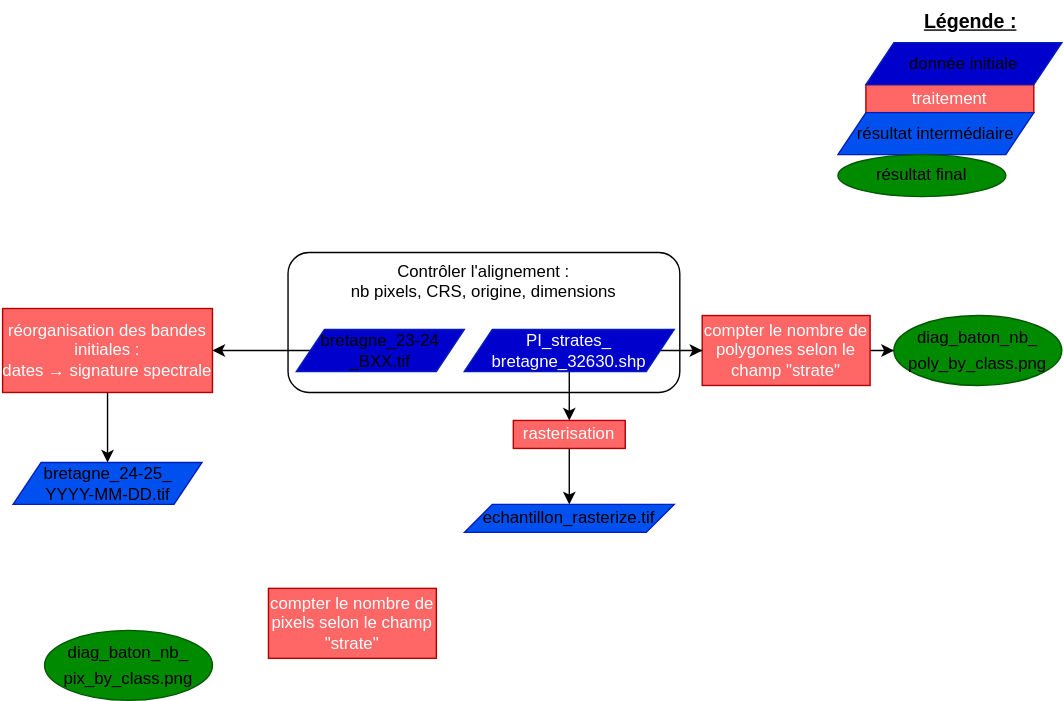
Above: img/diagramme_de_flux.svg in VT-94/projet_telea_THORIN_VINCENT (draw.io), before the change. Source tidied: cells renumbered, new cells last; positions are measured from the earlier drawing's top-left corner, leaving out a move shared by most shapes.
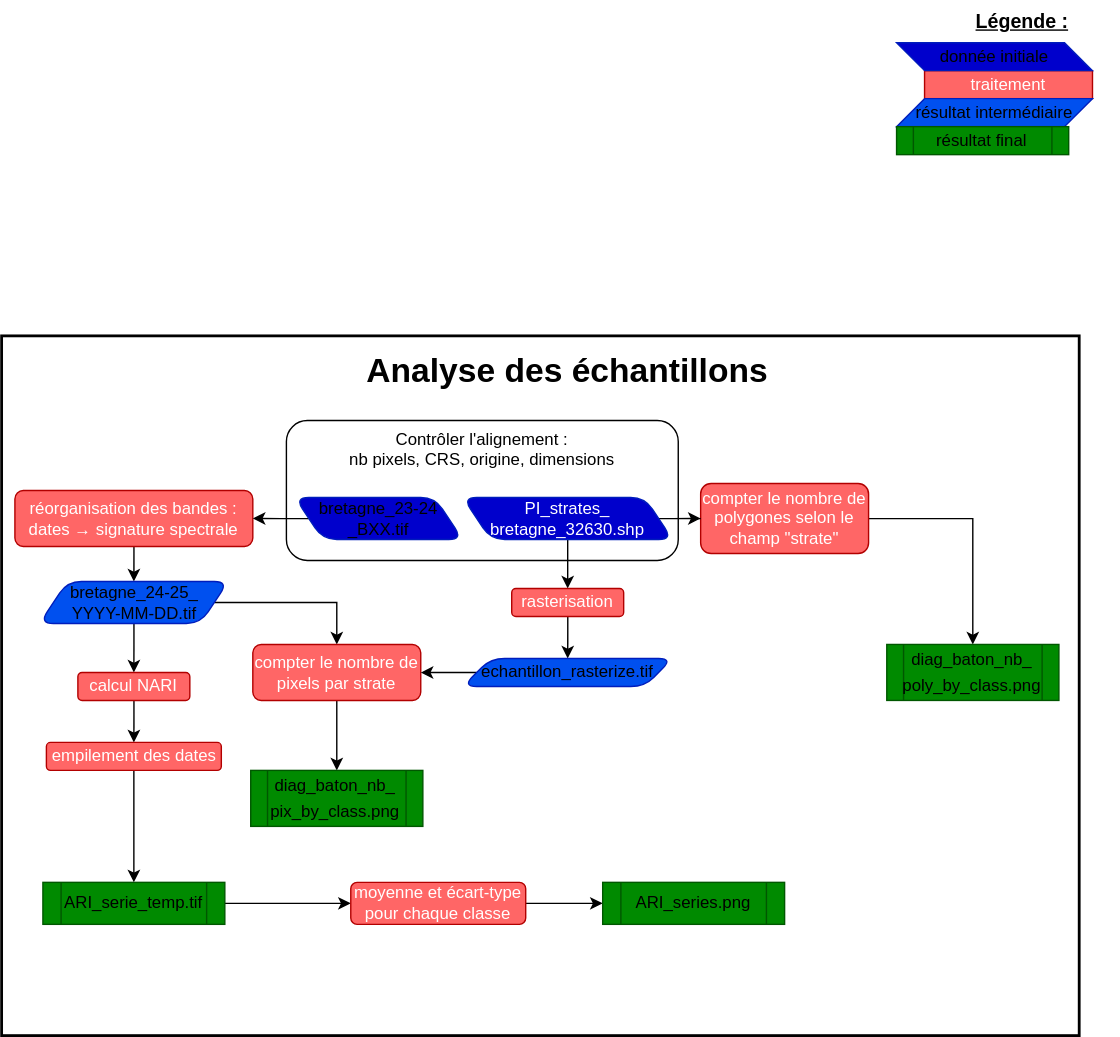
The same file after the commit.

Commit message:
màj diagramme de flux

The edit, as a diff of the source:
```diff
@@ -2,74 +2,119 @@
   <root>
     <mxCell id="0" />
     <mxCell id="1" parent="0" />
+    <mxCell id="25" style="rounded=0;whiteSpace=wrap;html=1;fillColor=none;strokeWidth=2;" parent="1" vertex="1">
+      <mxGeometry x="-42" y="420" width="770" height="500" as="geometry" />
+    </mxCell>
     <mxCell id="2" value="Contrôler l'alignement :&lt;div&gt;nb pixels, CRS, origine, dimensions&lt;/div&gt;" style="rounded=1;whiteSpace=wrap;html=1;fillColor=none;verticalAlign=top;fontSize=12;labelBorderColor=none;strokeColor=light-dark(#000000,#FF0000);" parent="1" vertex="1">
-      <mxGeometry x="204" y="180" width="280" height="100" as="geometry" />
+      <mxGeometry x="161" y="480" width="280" height="100" as="geometry" />
     </mxCell>
-    <mxCell id="3" style="edgeStyle=orthogonalEdgeStyle;rounded=0;jettySize=auto;html=1;entryX=0;entryY=0.5;entryDx=0;entryDy=0;" parent="1" edge="1" source="4" target="6">
+    <mxCell id="3" style="edgeStyle=orthogonalEdgeStyle;rounded=0;jettySize=auto;html=1;" parent="1" edge="1" source="4" target="6">
       <mxGeometry relative="1" as="geometry" />
     </mxCell>
-    <mxCell id="4" value="compter le nombre de polygones selon le champ &quot;strate&quot;" style="rounded=0;whiteSpace=wrap;html=1;fillColor=light-dark(#FF6666,#FF6666);fontColor=#ffffff;strokeColor=#B20000;spacing=0;" parent="1" vertex="1">
-      <mxGeometry x="500" y="225" width="120" height="50" as="geometry" />
+    <mxCell id="4" value="compter le nombre de polygones selon le champ &quot;strate&quot;" style="rounded=1;whiteSpace=wrap;html=1;fillColor=light-dark(#FF6666,#FF6666);fontColor=#ffffff;strokeColor=#B20000;spacing=0;" parent="1" vertex="1">
+      <mxGeometry x="457" y="525" width="120" height="50" as="geometry" />
     </mxCell>
     <mxCell id="5" style="edgeStyle=orthogonalEdgeStyle;rounded=0;jettySize=auto;html=1;entryX=0;entryY=0.5;entryDx=0;entryDy=0;" parent="1" edge="1" source="11" target="4">
       <mxGeometry relative="1" as="geometry" />
     </mxCell>
-    <mxCell id="6" value="&lt;div style=&quot;line-height: 19px;&quot;&gt;&lt;font&gt;&lt;span style=&quot;white-space: pre;&quot;&gt;diag_baton_nb_&lt;/span&gt;&lt;/font&gt;&lt;/div&gt;&lt;div style=&quot;line-height: 19px;&quot;&gt;&lt;font&gt;&lt;span style=&quot;white-space: pre;&quot;&gt;poly_by_class.png&lt;/span&gt;&lt;/font&gt;&lt;/div&gt;" style="ellipse;html=1;fillColor=light-dark(#008A00,#008A00);fontColor=light-dark(#000000,#000000);strokeColor=#005700;fontFamily=Helvetica;whiteSpace=wrap;fontStyle=0;fontSize=12;spacing=0;" parent="1" vertex="1">
-      <mxGeometry x="637" y="225" width="120" height="50" as="geometry" />
-    </mxCell>
-    <mxCell id="7" value="&lt;div style=&quot;line-height: 19px;&quot;&gt;&lt;font&gt;&lt;span style=&quot;white-space: pre;&quot;&gt;diag_baton_nb_&lt;/span&gt;&lt;/font&gt;&lt;/div&gt;&lt;div style=&quot;line-height: 19px;&quot;&gt;&lt;font&gt;&lt;span style=&quot;white-space: pre;&quot;&gt;pix_by_class.png&lt;/span&gt;&lt;/font&gt;&lt;/div&gt;" style="ellipse;html=1;fillColor=light-dark(#008A00,#009900);fontColor=light-dark(#000000,#000000);strokeColor=#005700;fontFamily=Helvetica;whiteSpace=wrap;fontStyle=0;fontSize=12;" parent="1" vertex="1">
-      <mxGeometry x="30" y="450" width="120" height="50" as="geometry" />
-    </mxCell>
     <mxCell id="8" style="edgeStyle=orthogonalEdgeStyle;rounded=0;jettySize=auto;html=1;entryX=0.5;entryY=0;entryDx=0;entryDy=0;" parent="1" edge="1" source="9" target="14">
       <mxGeometry relative="1" as="geometry" />
     </mxCell>
-    <mxCell id="9" value="réorganisation des bandes initiales :&lt;div&gt;dates → signature spectrale&lt;/div&gt;" style="rounded=0;whiteSpace=wrap;html=1;fillColor=light-dark(#FF6666,#FF6666);fontColor=#ffffff;strokeColor=#B20000;spacing=0;" parent="1" vertex="1">
-      <mxGeometry y="220" width="150" height="60" as="geometry" />
+    <mxCell id="9" value="réorganisation des bandes :&lt;div&gt;dates → signature spectrale&lt;/div&gt;" style="rounded=1;whiteSpace=wrap;html=1;fillColor=light-dark(#FF6666,#FF6666);fontColor=#ffffff;strokeColor=#B20000;spacing=0;fontFamily=Helvetica;" parent="1" vertex="1">
+      <mxGeometry x="-33" y="530" width="170" height="40" as="geometry" />
     </mxCell>
     <mxCell id="10" style="edgeStyle=orthogonalEdgeStyle;rounded=0;jettySize=auto;html=1;exitX=0.5;exitY=1;exitDx=0;exitDy=0;entryX=0.5;entryY=0;entryDx=0;entryDy=0;" parent="1" edge="1" source="11" target="23">
       <mxGeometry relative="1" as="geometry" />
     </mxCell>
-    <mxCell id="11" value="PI_strates_&lt;div&gt;bretagne_32630.shp&lt;/div&gt;" style="shape=parallelogram;perimeter=parallelogramPerimeter;whiteSpace=wrap;html=1;fixedSize=1;fillColor=light-dark(#0000CC,#0000CC);fontColor=#ffffff;strokeColor=#001DBC;" parent="1" vertex="1">
-      <mxGeometry x="330" y="235" width="150" height="30" as="geometry" />
+    <mxCell id="11" value="PI_strates_&lt;div&gt;bretagne_32630.shp&lt;/div&gt;" style="shape=parallelogram;perimeter=parallelogramPerimeter;whiteSpace=wrap;html=1;fixedSize=1;fillColor=light-dark(#0000CC,#0000CC);fontColor=#ffffff;strokeColor=#001DBC;rounded=1;shadow=0;flipH=1;legacyAnchorPoints=0;" parent="1" vertex="1">
+      <mxGeometry x="287" y="535" width="150" height="30" as="geometry" />
     </mxCell>
     <mxCell id="12" style="edgeStyle=orthogonalEdgeStyle;rounded=0;jettySize=auto;html=1;entryX=1;entryY=0.5;entryDx=0;entryDy=0;" parent="1" edge="1" source="13" target="9">
       <mxGeometry relative="1" as="geometry" />
     </mxCell>
-    <mxCell id="13" value="bretagne_23-24&lt;div&gt;_BXX.tif&lt;/div&gt;" style="shape=parallelogram;perimeter=parallelogramPerimeter;whiteSpace=wrap;html=1;fixedSize=1;fillColor=light-dark(#0000CC,#0000CC);fontColor=light-dark(#000000,#000000);strokeColor=#001DBC;shadow=0;fontStyle=0;textShadow=0;labelBackgroundColor=none;" parent="1" vertex="1">
-      <mxGeometry x="210" y="235" width="120" height="30" as="geometry" />
+    <mxCell id="13" value="bretagne_23-24&lt;div&gt;_BXX.tif&lt;/div&gt;" style="shape=parallelogram;perimeter=parallelogramPerimeter;whiteSpace=wrap;html=1;fixedSize=1;fillColor=light-dark(#0000CC,#0000CC);fontColor=light-dark(#000000,#000000);strokeColor=#001DBC;shadow=0;fontStyle=0;textShadow=0;labelBackgroundColor=none;rounded=1;flipH=1;legacyAnchorPoints=0;" parent="1" vertex="1">
+      <mxGeometry x="167" y="535" width="120" height="30" as="geometry" />
     </mxCell>
+    <mxCell id="26" style="edgeStyle=orthogonalEdgeStyle;rounded=0;jettySize=auto;html=1;" parent="1" edge="1" source="14" target="21">
+      <mxGeometry relative="1" as="geometry" />
+    </mxCell>
+    <mxCell id="27" style="edgeStyle=orthogonalEdgeStyle;rounded=0;jettySize=auto;html=1;entryX=0.5;entryY=0;entryDx=0;entryDy=0;" parent="1" edge="1" source="14" target="33">
+      <mxGeometry relative="1" as="geometry" />
+    </mxCell>
-    <mxCell id="14" value="bretagne_24-25_&lt;div&gt;YYYY-MM-DD.tif&lt;/div&gt;" style="shape=parallelogram;perimeter=parallelogramPerimeter;whiteSpace=wrap;html=1;fixedSize=1;fillColor=light-dark(#0050EF,#007FFF);fontColor=light-dark(#000000,#000000);strokeColor=#001DBC;shadow=0;fontStyle=0;textShadow=0;labelBackgroundColor=none;spacing=0;" parent="1" vertex="1">
-      <mxGeometry x="7.5" y="330" width="135" height="30" as="geometry" />
+    <mxCell id="14" value="bretagne_24-25_&lt;div&gt;YYYY-MM-DD.tif&lt;/div&gt;" style="shape=parallelogram;perimeter=parallelogramPerimeter;whiteSpace=wrap;html=1;fixedSize=1;fillColor=light-dark(#0050EF,#007FFF);fontColor=light-dark(#000000,#000000);strokeColor=#001DBC;shadow=0;fontStyle=0;textShadow=0;labelBackgroundColor=none;spacing=0;rounded=1;" parent="1" vertex="1">
+      <mxGeometry x="-15.5" y="595" width="135" height="30" as="geometry" />
     </mxCell>
-    <mxCell id="15" style="group;" parent="1" vertex="1">
-      <mxGeometry x="597" width="160" height="140" as="geometry" />
-    </mxCell>
+    <mxCell id="28" style="edgeStyle=orthogonalEdgeStyle;rounded=0;jettySize=auto;html=1;entryX=0.5;entryY=0;entryDx=0;entryDy=0;flowAnimation=0;" parent="1" edge="1" source="21" target="7">
+      <mxGeometry relative="1" as="geometry" />
+    </mxCell>
+    <mxCell id="21" value="compter le nombre de pixels par strate" style="rounded=1;whiteSpace=wrap;html=1;fillColor=light-dark(#FF6666,#FF6666);fontColor=#ffffff;strokeColor=#B20000;spacing=0;" parent="1" vertex="1">
+      <mxGeometry x="137" y="640" width="120" height="40" as="geometry" />
+    </mxCell>
+    <mxCell id="22" style="edgeStyle=orthogonalEdgeStyle;rounded=0;jettySize=auto;html=1;entryX=0.5;entryY=0;entryDx=0;entryDy=0;" parent="1" edge="1" source="23" target="24">
+      <mxGeometry relative="1" as="geometry" />
+    </mxCell>
+    <mxCell id="23" value="rasterisation" style="rounded=1;whiteSpace=wrap;html=1;fillColor=light-dark(#FF6666,#FF6666);fontColor=#ffffff;strokeColor=#B20000;spacing=0;" parent="1" vertex="1">
+      <mxGeometry x="322" y="600" width="80" height="20" as="geometry" />
+    </mxCell>
+    <mxCell id="29" style="edgeStyle=orthogonalEdgeStyle;rounded=0;jettySize=auto;html=1;" parent="1" edge="1" source="24" target="21">
+      <mxGeometry relative="1" as="geometry" />
+    </mxCell>
+    <mxCell id="24" value="echantillon_rasterize.tif" style="shape=parallelogram;perimeter=parallelogramPerimeter;whiteSpace=wrap;html=1;fixedSize=1;fillColor=light-dark(#0050EF,#007FFF);fontColor=light-dark(#000000,#000000);strokeColor=#001DBC;shadow=0;fontStyle=0;textShadow=0;labelBackgroundColor=none;spacing=0;rounded=1;" parent="1" vertex="1">
+      <mxGeometry x="287" y="650" width="150" height="20" as="geometry" />
+    </mxCell>
+    <mxCell id="6" value="&lt;div style=&quot;line-height: 19px;&quot;&gt;&lt;span style=&quot;white-space: pre;&quot;&gt;diag_baton_nb_&lt;/span&gt;&lt;/div&gt;&lt;div style=&quot;line-height: 19px;&quot;&gt;&lt;span style=&quot;white-space: pre;&quot;&gt;poly_by_class.png&lt;/span&gt;&lt;/div&gt;" style="shape=process;whiteSpace=wrap;html=1;backgroundOutline=1;strokeColor=#005700;align=center;verticalAlign=middle;fontFamily=Helvetica;fontSize=12;fontColor=light-dark(#000000,#000000);fontStyle=0;fillColor=light-dark(#008A00,#009900);spacing=0;" parent="1" vertex="1">
+      <mxGeometry x="590" y="640" width="123" height="40" as="geometry" />
+    </mxCell>
+    <mxCell id="7" value="&lt;div style=&quot;line-height: 19px;&quot;&gt;&lt;span style=&quot;white-space: pre;&quot;&gt;diag_baton_nb_&lt;/span&gt;&lt;/div&gt;&lt;div style=&quot;line-height: 19px;&quot;&gt;&lt;span style=&quot;white-space: pre;&quot;&gt;pix_by_class.png&lt;/span&gt;&lt;/div&gt;" style="shape=process;whiteSpace=wrap;html=1;backgroundOutline=1;strokeColor=#005700;align=center;verticalAlign=middle;fontFamily=Helvetica;fontSize=12;fontColor=light-dark(#000000,#000000);fontStyle=0;fillColor=light-dark(#008A00,#009900);spacing=0;" parent="1" vertex="1">
+      <mxGeometry x="135.5" y="730" width="123" height="40" as="geometry" />
+    </mxCell>
+    <mxCell id="30" style="edgeStyle=orthogonalEdgeStyle;rounded=0;jettySize=auto;html=1;entryX=0;entryY=0.5;entryDx=0;entryDy=0;" parent="1" edge="1" source="31" target="37">
+      <mxGeometry relative="1" as="geometry" />
+    </mxCell>
+    <mxCell id="31" value="&lt;div style=&quot;line-height: 19px;&quot;&gt;ARI_serie_temp.tif&lt;/div&gt;" style="shape=process;whiteSpace=wrap;html=1;backgroundOutline=1;strokeColor=#005700;align=center;verticalAlign=middle;fontFamily=Helvetica;fontSize=12;fontColor=light-dark(#000000,#000000);fontStyle=0;fillColor=light-dark(#008A00,#009900);spacing=0;" parent="1" vertex="1">
+      <mxGeometry x="-13" y="810" width="130" height="30" as="geometry" />
+    </mxCell>
+    <mxCell id="32" style="edgeStyle=orthogonalEdgeStyle;rounded=0;jettySize=auto;html=1;entryX=0.5;entryY=0;entryDx=0;entryDy=0;" parent="1" edge="1" source="33" target="35">
+      <mxGeometry relative="1" as="geometry" />
+    </mxCell>
+    <mxCell id="33" value="calcul NARI" style="rounded=1;whiteSpace=wrap;html=1;fillColor=light-dark(#FF6666,#FF6666);fontColor=#ffffff;strokeColor=#B20000;spacing=0;fontFamily=Helvetica;" parent="1" vertex="1">
+      <mxGeometry x="12" y="660" width="80" height="20" as="geometry" />
+    </mxCell>
+    <mxCell id="34" style="edgeStyle=orthogonalEdgeStyle;rounded=0;jettySize=auto;html=1;entryX=0.5;entryY=0;entryDx=0;entryDy=0;" parent="1" edge="1" source="35" target="31">
+      <mxGeometry relative="1" as="geometry" />
+    </mxCell>
+    <mxCell id="35" value="empilement des dates" style="rounded=1;whiteSpace=wrap;html=1;fillColor=light-dark(#FF6666,#FF6666);fontColor=#ffffff;strokeColor=#B20000;spacing=0;fontFamily=Helvetica;" parent="1" vertex="1">
+      <mxGeometry x="-10.5" y="710" width="125" height="20" as="geometry" />
+    </mxCell>
+    <mxCell id="36" style="edgeStyle=orthogonalEdgeStyle;rounded=0;jettySize=auto;html=1;" parent="1" edge="1" source="37" target="38">
+      <mxGeometry relative="1" as="geometry" />
+    </mxCell>
+    <mxCell id="37" value="moyenne et écart-type pour chaque classe" style="rounded=1;whiteSpace=wrap;html=1;fillColor=light-dark(#FF6666,#FF6666);fontColor=#ffffff;strokeColor=#B20000;spacing=0;fontFamily=Helvetica;" parent="1" vertex="1">
+      <mxGeometry x="207" y="810" width="125" height="30" as="geometry" />
+    </mxCell>
+    <mxCell id="38" value="&lt;div style=&quot;line-height: 19px;&quot;&gt;ARI_series.png&lt;/div&gt;" style="shape=process;whiteSpace=wrap;html=1;backgroundOutline=1;strokeColor=#005700;align=center;verticalAlign=middle;fontFamily=Helvetica;fontSize=12;fontColor=light-dark(#000000,#000000);fontStyle=0;fillColor=light-dark(#008A00,#009900);spacing=0;" parent="1" vertex="1">
+      <mxGeometry x="387" y="810" width="130" height="30" as="geometry" />
+    </mxCell>
+    <mxCell id="39" value="&lt;h1 style=&quot;margin-top: 0px;&quot;&gt;Analyse des échantillons&lt;/h1&gt;" style="text;html=1;whiteSpace=wrap;overflow=hidden;rounded=0;align=center;verticalAlign=middle;spacing=0;" parent="1" vertex="1">
+      <mxGeometry x="207" y="430" width="310" height="30" as="geometry" />
+    </mxCell>
+    <mxCell id="40" style="group;" parent="1" vertex="1">
+      <mxGeometry x="597" y="180" width="160" height="110" as="geometry" />
+    </mxCell>
-    <mxCell id="16" value="traitement" style="rounded=0;whiteSpace=wrap;html=1;fillColor=light-dark(#FF6666,#FF6666);fontColor=#ffffff;strokeColor=#B20000;" parent="15" vertex="1">
-      <mxGeometry x="20" y="60" width="120" height="20" as="geometry" />
+    <mxCell id="16" value="traitement" style="rounded=0;whiteSpace=wrap;html=1;fillColor=light-dark(#FF6666,#FF6666);fontColor=#ffffff;strokeColor=#B20000;" parent="40" vertex="1">
+      <mxGeometry x="20" y="50" width="120" height="20" as="geometry" />
     </mxCell>
-    <mxCell id="17" value="résultat intermédiaire" style="shape=parallelogram;perimeter=parallelogramPerimeter;whiteSpace=wrap;html=1;fixedSize=1;fillColor=#0050ef;fontColor=light-dark(#000000,#000000);strokeColor=#001DBC;shadow=0;fontStyle=0;textShadow=0;labelBackgroundColor=none;" parent="15" vertex="1">
-      <mxGeometry y="80" width="140" height="30" as="geometry" />
+    <mxCell id="17" value="résultat intermédiaire" style="shape=parallelogram;perimeter=parallelogramPerimeter;whiteSpace=wrap;html=1;fixedSize=1;fillColor=#0050ef;fontColor=light-dark(#000000,#000000);strokeColor=#001DBC;shadow=0;fontStyle=0;textShadow=0;labelBackgroundColor=none;rounded=0;" parent="40" vertex="1">
+      <mxGeometry y="70" width="140" height="20" as="geometry" />
     </mxCell>
-    <mxCell id="18" value="donnée initiale" style="shape=parallelogram;perimeter=parallelogramPerimeter;whiteSpace=wrap;html=1;fixedSize=1;fillColor=light-dark(#0000CC,#0000CC);fontColor=light-dark(#000000,#000000);strokeColor=#001DBC;shadow=0;fontStyle=0;textShadow=0;labelBackgroundColor=none;" parent="15" vertex="1">
-      <mxGeometry x="20" y="30" width="140" height="30" as="geometry" />
+    <mxCell id="18" value="donnée initiale" style="shape=parallelogram;perimeter=parallelogramPerimeter;whiteSpace=wrap;html=1;fixedSize=1;fillColor=light-dark(#0000CC,#0000CC);fontColor=light-dark(#000000,#000000);strokeColor=#001DBC;shadow=0;fontStyle=0;textShadow=0;labelBackgroundColor=none;rounded=0;flipH=1;legacyAnchorPoints=0;" parent="40" vertex="1">
+      <mxGeometry y="30" width="140" height="20" as="geometry" />
     </mxCell>
+    <mxCell id="20" value="&lt;span&gt;&lt;font&gt;Légende :&lt;/font&gt;&lt;/span&gt;" style="text;html=1;whiteSpace=wrap;strokeColor=none;fillColor=none;align=center;verticalAlign=middle;rounded=0;fontFamily=Helvetica;fontStyle=5;fontSize=14;textShadow=0;labelBorderColor=none;" parent="40" vertex="1">
+      <mxGeometry x="45" width="90" height="30" as="geometry" />
+    </mxCell>
-    <mxCell id="19" value="&lt;div style=&quot;line-height: 19px;&quot;&gt;&lt;span style=&quot;white-space: pre;&quot;&gt;résultat final&lt;/span&gt;&lt;/div&gt;" style="ellipse;html=1;fillColor=light-dark(#008A00,#009900);fontColor=light-dark(#000000,#000000);strokeColor=#005700;fontFamily=Helvetica;whiteSpace=wrap;fontStyle=0;fontSize=12;" parent="15" vertex="1">
-      <mxGeometry y="110" width="120" height="30" as="geometry" />
+    <mxCell id="19" value="résultat final" style="shape=process;whiteSpace=wrap;html=1;backgroundOutline=1;strokeColor=#005700;align=center;verticalAlign=middle;fontFamily=Helvetica;fontSize=12;fontColor=light-dark(#000000,#000000);fontStyle=0;fillColor=light-dark(#008A00,#009900);spacing=0;" parent="40" vertex="1">
+      <mxGeometry y="90" width="123" height="20" as="geometry" />
     </mxCell>
-    <mxCell id="20" value="&lt;span&gt;&lt;font&gt;Légende :&lt;/font&gt;&lt;/span&gt;" style="text;html=1;whiteSpace=wrap;strokeColor=none;fillColor=none;align=center;verticalAlign=middle;rounded=0;fontFamily=Helvetica;fontStyle=5;fontSize=14;textShadow=0;labelBorderColor=none;" parent="15" vertex="1">
-      <mxGeometry x="50" width="90" height="30" as="geometry" />
-    </mxCell>
-    <mxCell id="21" value="compter le nombre de pixels selon le champ &quot;strate&quot;" style="rounded=0;whiteSpace=wrap;html=1;fillColor=light-dark(#FF6666,#FF6666);fontColor=#ffffff;strokeColor=#B20000;spacing=0;" parent="1" vertex="1">
-      <mxGeometry x="190" y="420" width="120" height="50" as="geometry" />
-    </mxCell>
-    <mxCell id="22" style="edgeStyle=orthogonalEdgeStyle;rounded=0;jettySize=auto;html=1;entryX=0.5;entryY=0;entryDx=0;entryDy=0;" parent="1" edge="1" source="23" target="24">
-      <mxGeometry relative="1" as="geometry" />
-    </mxCell>
-    <mxCell id="23" value="rasterisation" style="rounded=0;whiteSpace=wrap;html=1;fillColor=light-dark(#FF6666,#FF6666);fontColor=#ffffff;strokeColor=#B20000;spacing=0;" parent="1" vertex="1">
-      <mxGeometry x="365" y="300" width="80" height="20" as="geometry" />
-    </mxCell>
-    <mxCell id="24" value="echantillon_rasterize.tif" style="shape=parallelogram;perimeter=parallelogramPerimeter;whiteSpace=wrap;html=1;fixedSize=1;fillColor=light-dark(#0050EF,#007FFF);fontColor=light-dark(#000000,#000000);strokeColor=#001DBC;shadow=0;fontStyle=0;textShadow=0;labelBackgroundColor=none;spacing=0;" parent="1" vertex="1">
-      <mxGeometry x="330" y="360" width="150" height="20" as="geometry" />
-    </mxCell>
   </root>
 </mxGraphModel>
```
